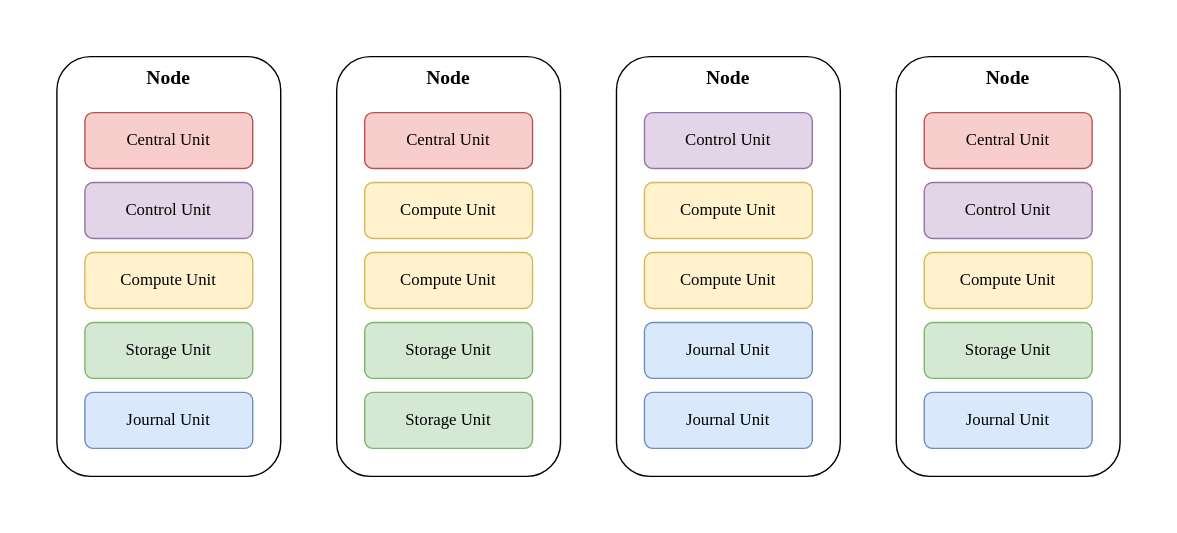
Above: docs/images/2021-08-01-universe-architecture.drawio.svg in engula/engula (draw.io), before the change. Source tidied: cells renumbered, new cells last; positions are measured from the earlier drawing's top-left corner, leaving out a move shared by most shapes.
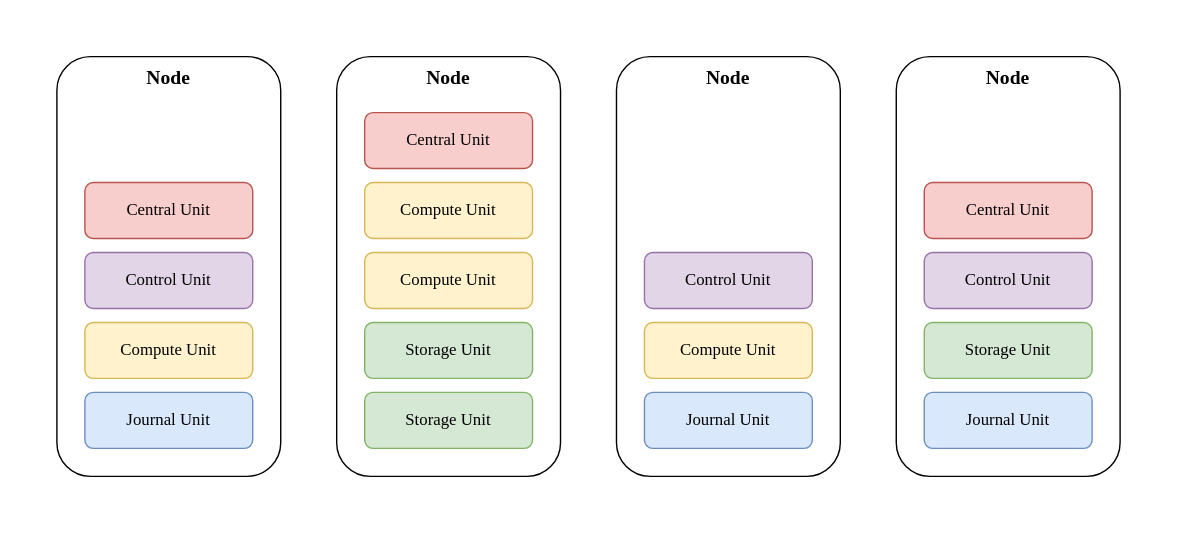
The same diagram one commit later.

What changed in the source:
```diff
@@ -9,17 +9,14 @@
       <mxGeometry x="40" y="40" width="160" height="300" as="geometry" />
     </mxCell>
     <mxCell id="4" value="&lt;font face=&quot;Operator Mono&quot;&gt;Central Unit&lt;/font&gt;" style="rounded=1;whiteSpace=wrap;html=1;fillColor=#f8cecc;strokeColor=#b85450;" parent="1" vertex="1">
-      <mxGeometry x="60" y="80" width="120" height="40" as="geometry" />
+      <mxGeometry x="60" y="130" width="120" height="40" as="geometry" />
     </mxCell>
     <mxCell id="5" value="&lt;font face=&quot;Operator Mono&quot;&gt;Control Unit&lt;/font&gt;" style="rounded=1;whiteSpace=wrap;html=1;fillColor=#e1d5e7;strokeColor=#9673a6;" parent="1" vertex="1">
-      <mxGeometry x="60" y="130" width="120" height="40" as="geometry" />
+      <mxGeometry x="60" y="180" width="120" height="40" as="geometry" />
     </mxCell>
     <mxCell id="6" value="&lt;font face=&quot;Operator Mono&quot;&gt;Compute Unit&lt;/font&gt;" style="rounded=1;whiteSpace=wrap;html=1;fillColor=#fff2cc;strokeColor=#d6b656;" parent="1" vertex="1">
-      <mxGeometry x="60" y="180" width="120" height="40" as="geometry" />
+      <mxGeometry x="60" y="230" width="120" height="40" as="geometry" />
     </mxCell>
-    <mxCell id="7" value="&lt;font face=&quot;Operator Mono&quot;&gt;Storage Unit&lt;/font&gt;" style="rounded=1;whiteSpace=wrap;html=1;fillColor=#d5e8d4;strokeColor=#82b366;" parent="1" vertex="1">
-      <mxGeometry x="60" y="230" width="120" height="40" as="geometry" />
-    </mxCell>
     <mxCell id="8" value="&lt;font face=&quot;Operator Mono&quot;&gt;Journal Unit&lt;/font&gt;" style="rounded=1;whiteSpace=wrap;html=1;fillColor=#dae8fc;strokeColor=#6c8ebf;" parent="1" vertex="1">
       <mxGeometry x="60" y="280" width="120" height="40" as="geometry" />
     </mxCell>
@@ -36,20 +33,14 @@
       <mxGeometry x="260" y="80" width="120" height="40" as="geometry" />
     </mxCell>
     <mxCell id="13" value="&lt;font face=&quot;Operator Mono&quot;&gt;Central Unit&lt;/font&gt;" style="rounded=1;whiteSpace=wrap;html=1;fillColor=#f8cecc;strokeColor=#b85450;" parent="1" vertex="1">
-      <mxGeometry x="660" y="80" width="120" height="40" as="geometry" />
+      <mxGeometry x="660" y="130" width="120" height="40" as="geometry" />
     </mxCell>
     <mxCell id="14" value="&lt;font face=&quot;Operator Mono&quot;&gt;Control Unit&lt;/font&gt;" style="rounded=1;whiteSpace=wrap;html=1;fillColor=#e1d5e7;strokeColor=#9673a6;" parent="1" vertex="1">
-      <mxGeometry x="660" y="130" width="120" height="40" as="geometry" />
+      <mxGeometry x="660" y="180" width="120" height="40" as="geometry" />
     </mxCell>
     <mxCell id="15" value="&lt;font face=&quot;Operator Mono&quot;&gt;Compute Unit&lt;/font&gt;" style="rounded=1;whiteSpace=wrap;html=1;fillColor=#fff2cc;strokeColor=#d6b656;" parent="1" vertex="1">
       <mxGeometry x="260" y="180" width="120" height="40" as="geometry" />
     </mxCell>
-    <mxCell id="16" value="&lt;font face=&quot;Operator Mono&quot;&gt;Compute Unit&lt;/font&gt;" style="rounded=1;whiteSpace=wrap;html=1;fillColor=#fff2cc;strokeColor=#d6b656;" parent="1" vertex="1">
-      <mxGeometry x="460" y="180" width="120" height="40" as="geometry" />
-    </mxCell>
-    <mxCell id="17" value="&lt;font face=&quot;Operator Mono&quot;&gt;Compute Unit&lt;/font&gt;" style="rounded=1;whiteSpace=wrap;html=1;fillColor=#fff2cc;strokeColor=#d6b656;" parent="1" vertex="1">
-      <mxGeometry x="660" y="180" width="120" height="40" as="geometry" />
-    </mxCell>
     <mxCell id="18" value="&lt;font face=&quot;Operator Mono&quot;&gt;Storage Unit&lt;/font&gt;" style="rounded=1;whiteSpace=wrap;html=1;fillColor=#d5e8d4;strokeColor=#82b366;" parent="1" vertex="1">
       <mxGeometry x="260" y="230" width="120" height="40" as="geometry" />
     </mxCell>
@@ -57,7 +48,7 @@
       <mxGeometry x="260" y="280" width="120" height="40" as="geometry" />
     </mxCell>
     <mxCell id="20" value="&lt;font face=&quot;Operator Mono&quot;&gt;Journal Unit&lt;/font&gt;" style="rounded=1;whiteSpace=wrap;html=1;fillColor=#dae8fc;strokeColor=#6c8ebf;" parent="1" vertex="1">
-      <mxGeometry x="460" y="230" width="120" height="40" as="geometry" />
+      <mxGeometry x="660" y="280" width="120" height="40" as="geometry" />
     </mxCell>
     <mxCell id="21" value="&lt;font face=&quot;Operator Mono&quot;&gt;Journal Unit&lt;/font&gt;" style="rounded=1;whiteSpace=wrap;html=1;fillColor=#dae8fc;strokeColor=#6c8ebf;" parent="1" vertex="1">
       <mxGeometry x="460" y="280" width="120" height="40" as="geometry" />
@@ -65,14 +56,11 @@
     <mxCell id="22" value="&lt;font face=&quot;Operator Mono&quot;&gt;Storage Unit&lt;/font&gt;" style="rounded=1;whiteSpace=wrap;html=1;fillColor=#d5e8d4;strokeColor=#82b366;" parent="1" vertex="1">
       <mxGeometry x="660" y="230" width="120" height="40" as="geometry" />
     </mxCell>
-    <mxCell id="23" value="&lt;font face=&quot;Operator Mono&quot;&gt;Journal Unit&lt;/font&gt;" style="rounded=1;whiteSpace=wrap;html=1;fillColor=#dae8fc;strokeColor=#6c8ebf;" parent="1" vertex="1">
-      <mxGeometry x="660" y="280" width="120" height="40" as="geometry" />
-    </mxCell>
     <mxCell id="24" value="&lt;font face=&quot;Operator Mono&quot;&gt;Compute Unit&lt;/font&gt;" style="rounded=1;whiteSpace=wrap;html=1;fillColor=#fff2cc;strokeColor=#d6b656;" parent="1" vertex="1">
-      <mxGeometry x="460" y="130" width="120" height="40" as="geometry" />
+      <mxGeometry x="460" y="230" width="120" height="40" as="geometry" />
     </mxCell>
     <mxCell id="25" value="&lt;font face=&quot;Operator Mono&quot;&gt;Control Unit&lt;/font&gt;" style="rounded=1;whiteSpace=wrap;html=1;fillColor=#e1d5e7;strokeColor=#9673a6;" parent="1" vertex="1">
-      <mxGeometry x="460" y="80" width="120" height="40" as="geometry" />
+      <mxGeometry x="460" y="180" width="120" height="40" as="geometry" />
     </mxCell>
     <mxCell id="26" value="&lt;font face=&quot;Operator Mono&quot;&gt;Compute Unit&lt;/font&gt;" style="rounded=1;whiteSpace=wrap;html=1;fillColor=#fff2cc;strokeColor=#d6b656;" parent="1" vertex="1">
       <mxGeometry x="260" y="130" width="120" height="40" as="geometry" />
```
